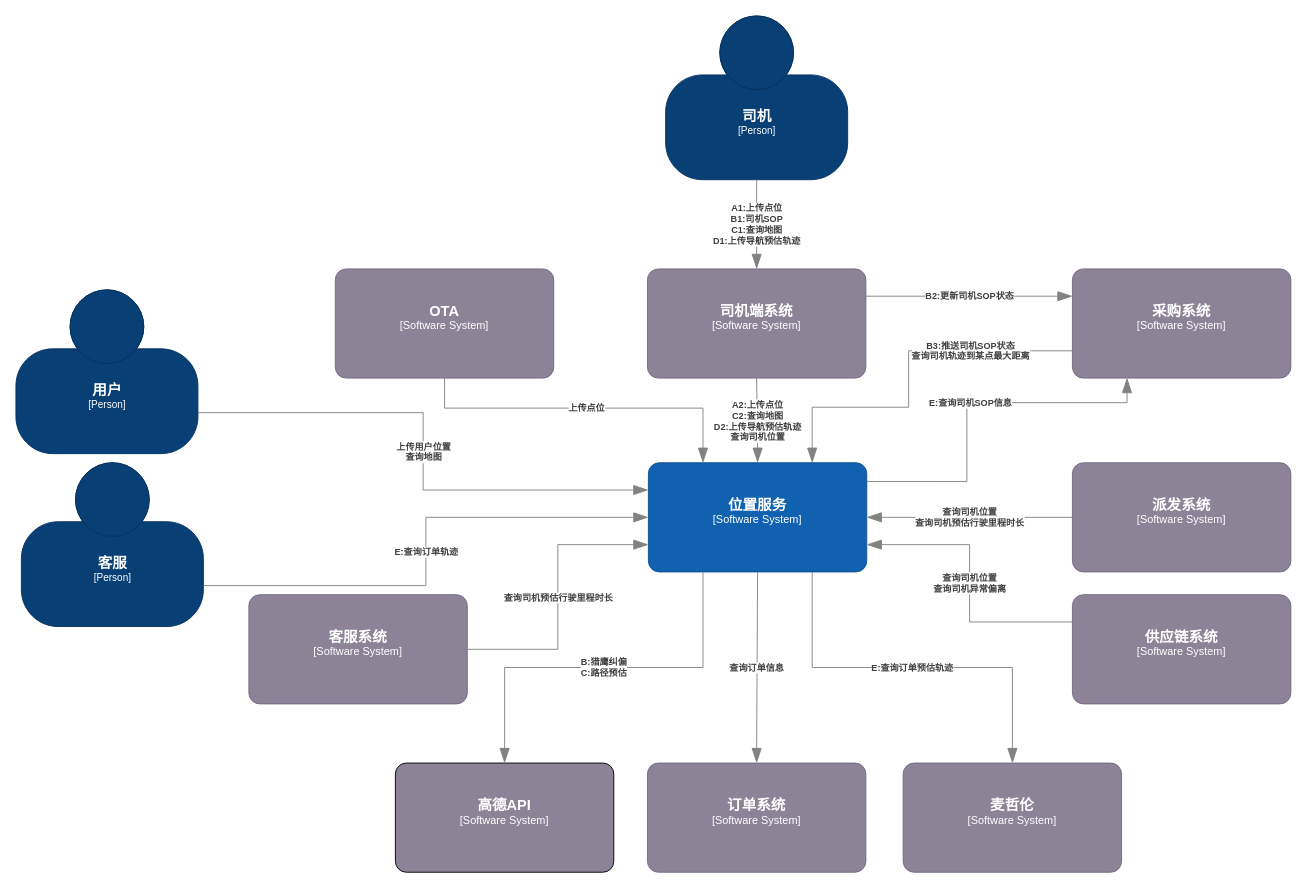
miareko/c4-diagram keeps this draw.io diagram as page "位置系统-上下文图" (1 of 5) of 地图服务-现状.drawio. Above is the earlier version. Source tidied: cells renumbered, new cells numbered last; positions are measured from the earlier drawing's top-left corner, leaving out a move shared by most shapes. Both pictures are drawn from the tidied source at 91%, with x=0, y=0 at pixel (15, 15).
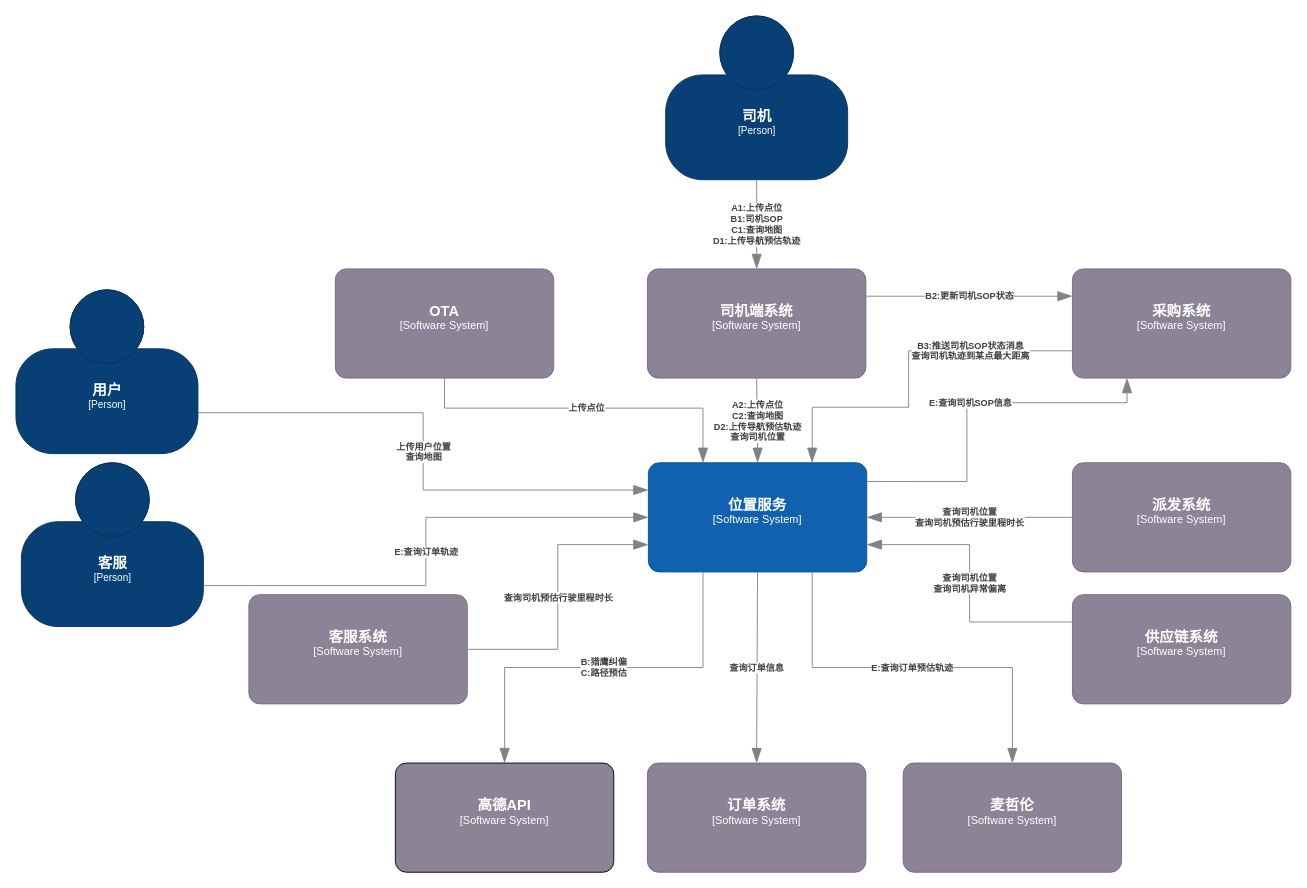
Above is the later version.

Unchanged cells that the change refers to:
```xml
<object id="3" label="&lt;font style=&quot;font-size: 16px&quot;&gt;&lt;b&gt;%c4Name%&lt;/b&gt;&lt;/font&gt;&lt;div&gt;[%c4Type%]&lt;/div&gt;&lt;br&gt;&lt;div&gt;&lt;font style=&quot;font-size: 11px&quot;&gt;&lt;font color=&quot;#cccccc&quot;&gt;%c4Description%&lt;/font&gt;&lt;/div&gt;" c4Description="" c4Name="位置服务" c4Type="Software System" placeholders="1">
  <mxCell style="rounded=1;whiteSpace=wrap;html=1;labelBackgroundColor=none;fillColor=#1061B0;fontColor=#ffffff;align=center;arcSize=10;strokeColor=#0D5091;points=[[0.25,0,0],[0.5,0,0],[0.75,0,0],[1,0.25,0],[1,0.5,0],[1,0.75,0],[0.75,1,0],[0.5,1,0],[0.25,1,0],[0,0.75,0],[0,0.5,0],[0,0.25,0]];" parent="1" vertex="1">
    <mxGeometry x="695" y="491" width="240" height="120" as="geometry" />
  </mxCell>
</object>
<object id="5" label="&lt;font style=&quot;font-size: 16px&quot;&gt;&lt;b&gt;%c4Name%&lt;/b&gt;&lt;/font&gt;&lt;div&gt;[%c4Type%]&lt;/div&gt;&lt;br&gt;&lt;div&gt;&lt;font style=&quot;font-size: 11px&quot;&gt;&lt;font color=&quot;#cccccc&quot;&gt;%c4Description%&lt;/font&gt;&lt;/div&gt;" c4Description="" c4Name="采购系统" c4Type="Software System" placeholders="1">
  <mxCell style="rounded=1;whiteSpace=wrap;html=1;labelBackgroundColor=none;fillColor=#8C8496;fontColor=#ffffff;align=center;arcSize=10;strokeColor=#736782;points=[[0.25,0,0],[0.5,0,0],[0.75,0,0],[1,0.25,0],[1,0.5,0],[1,0.75,0],[0.75,1,0],[0.5,1,0],[0.25,1,0],[0,0.75,0],[0,0.5,0],[0,0.25,0]];" parent="1" vertex="1">
    <mxGeometry x="1161" y="278" width="240" height="120" as="geometry" />
  </mxCell>
</object>
```

Diff of the diagram source:
```diff
@@
-    <object id="23" label="&lt;div style=&quot;text-align: left&quot;&gt;&lt;div style=&quot;text-align: center&quot;&gt;&lt;b&gt;%c4Description%&lt;/b&gt;&lt;/div&gt;" c4Description="B3:推送司机SOP状态&#10;查询司机轨迹到某点最大距离" placeholders="1">
+    <object id="23" label="&lt;div style=&quot;text-align: left&quot;&gt;&lt;div style=&quot;text-align: center&quot;&gt;&lt;b&gt;%c4Description%&lt;/b&gt;&lt;/div&gt;" c4Description="B3:推送司机SOP状态消息&#10;查询司机轨迹到某点最大距离" placeholders="1">
       <mxCell style="endArrow=blockThin;html=1;fontSize=10;fontColor=#404040;strokeWidth=1;endFill=1;strokeColor=#828282;elbow=vertical;endSize=14;startSize=14;jumpStyle=arc;jumpSize=16;rounded=0;edgeStyle=orthogonalEdgeStyle;exitX=0;exitY=0.75;exitDx=0;exitDy=0;exitPerimeter=0;entryX=0.75;entryY=0;entryDx=0;entryDy=0;entryPerimeter=0;" parent="1" edge="1" source="5" target="3">
         <mxGeometry x="-0.45" relative="1" as="geometry">
           <Array as="points">
             <mxPoint x="981" y="368" />
             <mxPoint x="981" y="430" />
             <mxPoint x="875" y="430" />
           </Array>
         </mxGeometry>
       </mxCell>
     </object>
```
